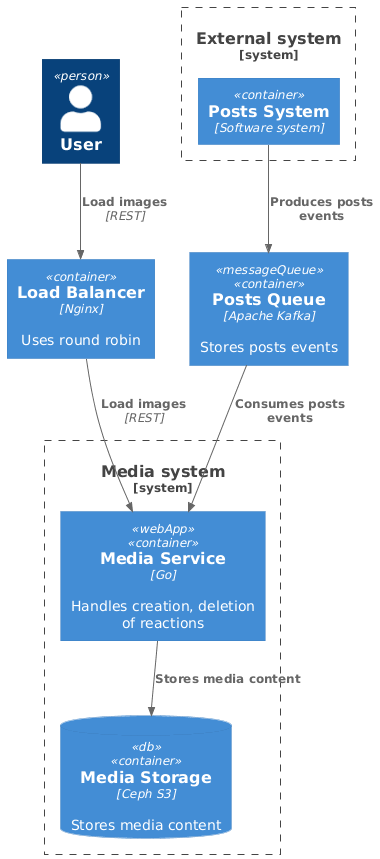
Above: images/diagrams/containers/media_system.png in mkorobovv/social_network_system_design (PlantUML), before the change.
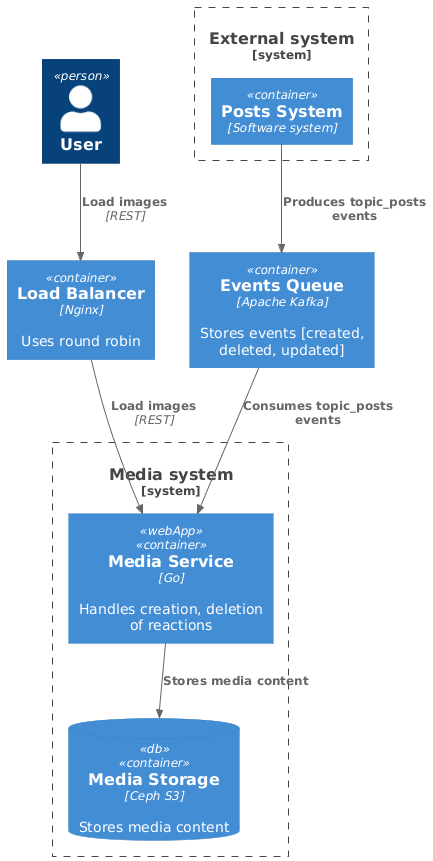
The same diagram one commit later.

The edit, as a diff of the source:
```diff
@@ -3,7 +3,7 @@
 
 Person(user, "User")
 Container(loadBalancer, "Load Balancer", "Nginx", "Uses round robin")
-Container(postsQueue, "Posts Queue", "Apache Kafka", "Stores posts events", $tags="messageQueue")
+Container(eventsQueue, "Events Queue", "Apache Kafka", "Stores events [created, deleted, updated]")
 
 System_Boundary(mediaSystem, "Media system") {
     Container(mediaService, "Media Service", "Go", "Handles creation, deletion of reactions", $tags="webApp")
@@ -16,7 +16,7 @@
 
 Rel(user, loadBalancer, "Load images", "REST")
 Rel(loadBalancer, mediaService, "Load images", "REST")
-Rel(postsQueue, mediaService, "Consumes posts events")
-Rel(postsSystem, postsQueue, "Produces posts events")
+Rel(eventsQueue, mediaService, "Consumes topic_posts events")
+Rel(postsSystem, eventsQueue, "Produces topic_posts events")
 Rel(mediaService, mediaStorage, "Stores media content")
 @enduml
```
